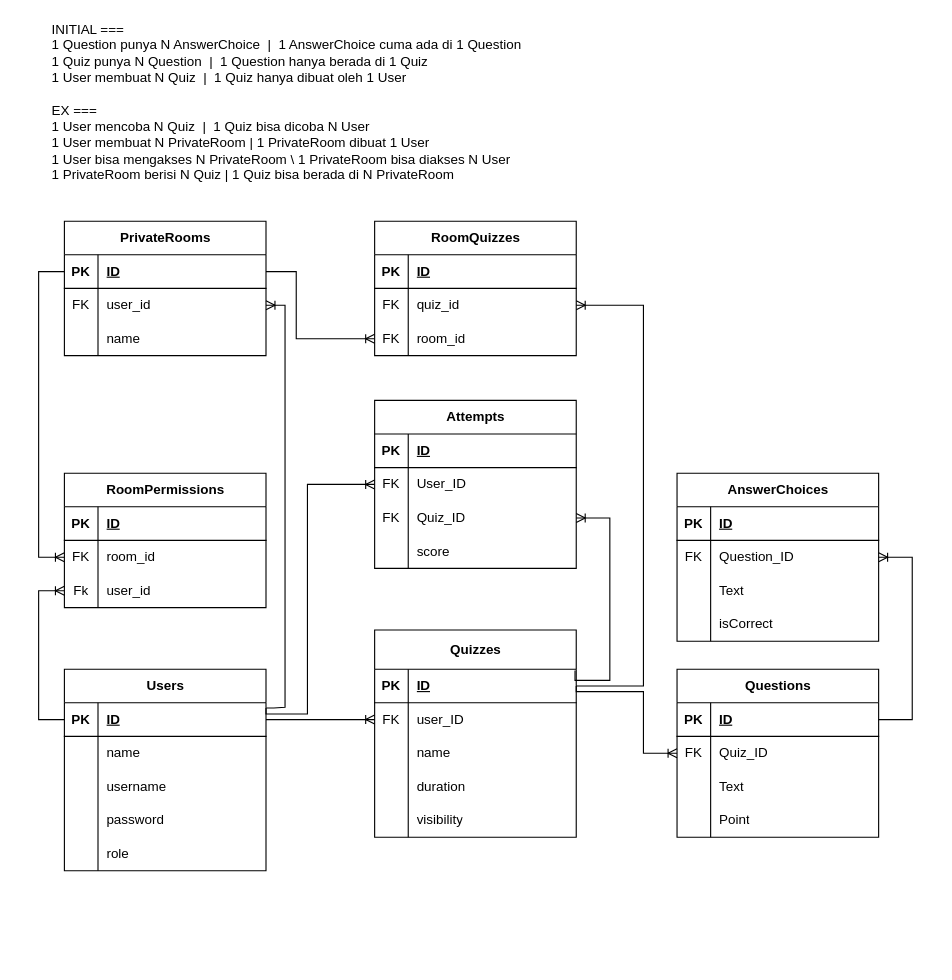
Earlier version of the draw.io diagram page "ERD" (1 of 2) of misc/quizSchema.drawio (Yuquiz/Yuquiz-BE). Source tidied: cells renumbered, new cells numbered last; positions are measured from the earlier drawing's top-left corner, leaving out a move shared by most shapes. Both pictures are drawn from the tidied source at 112%, with x=0, y=0 at pixel (38, 19).
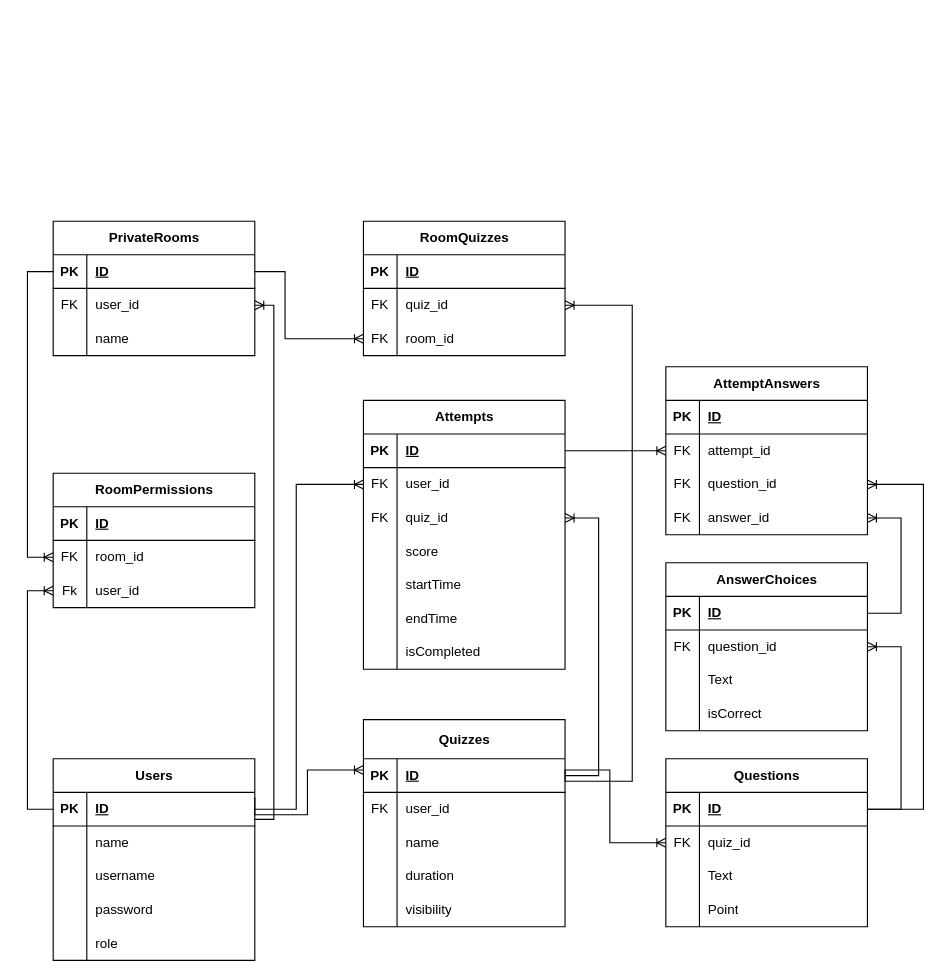
The same diagram, later.

Commit message (it also covers changes not shown here):
chore: update schema spec

- Add more properties for `Attempts`
- New table `AttemptAnswers`

Unchanged cells that the change refers to:
```xml
<mxCell id="3" style="shape=tableRow;horizontal=0;startSize=0;swimlaneHead=0;swimlaneBody=0;fillColor=none;points=[[0,0.5],[1,0.5]];portConstraint=eastwest;top=0;left=0;right=0;bottom=1;" parent="2" vertex="1">
  <mxGeometry y="30" width="180" height="30" as="geometry" />
</mxCell>
<mxCell id="6" style="shape=tableRow;horizontal=0;startSize=0;swimlaneHead=0;swimlaneBody=0;fillColor=none;points=[[0,0.5],[1,0.5]];portConstraint=eastwest;top=0;left=0;right=0;bottom=0;" parent="2" vertex="1">
  <mxGeometry y="60" width="180" height="30" as="geometry" />
</mxCell>
<mxCell id="16" style="shape=tableRow;horizontal=0;startSize=0;swimlaneHead=0;swimlaneBody=0;fillColor=none;points=[[0,0.5],[1,0.5]];portConstraint=eastwest;top=0;left=0;right=0;bottom=1;" parent="15" vertex="1">
  <mxGeometry y="30" width="180" height="30" as="geometry" />
</mxCell>
<mxCell id="19" style="shape=tableRow;horizontal=0;startSize=0;swimlaneHead=0;swimlaneBody=0;fillColor=none;points=[[0,0.5],[1,0.5]];portConstraint=eastwest;top=0;left=0;right=0;bottom=0;" parent="15" vertex="1">
  <mxGeometry y="60" width="180" height="30" as="geometry" />
</mxCell>
<mxCell id="30" style="shape=tableRow;horizontal=0;startSize=0;swimlaneHead=0;swimlaneBody=0;fillColor=none;points=[[0,0.5],[1,0.5]];portConstraint=eastwest;top=0;left=0;right=0;bottom=1;" parent="29" vertex="1">
  <mxGeometry y="35" width="180" height="30" as="geometry" />
</mxCell>
<mxCell id="33" style="shape=tableRow;horizontal=0;startSize=0;swimlaneHead=0;swimlaneBody=0;fillColor=none;points=[[0,0.5],[1,0.5]];portConstraint=eastwest;top=0;left=0;right=0;bottom=0;" parent="29" vertex="1">
  <mxGeometry y="65" width="180" height="30" as="geometry" />
</mxCell>
<mxCell id="46" style="shape=tableRow;horizontal=0;startSize=0;swimlaneHead=0;swimlaneBody=0;fillColor=none;points=[[0,0.5],[1,0.5]];portConstraint=eastwest;top=0;left=0;right=0;bottom=1;" parent="45" vertex="1">
  <mxGeometry y="30" width="180" height="30" as="geometry" />
</mxCell>
<mxCell id="66" style="shape=tableRow;horizontal=0;startSize=0;swimlaneHead=0;swimlaneBody=0;fillColor=none;points=[[0,0.5],[1,0.5]];portConstraint=eastwest;top=0;left=0;right=0;bottom=1;" parent="65" vertex="1">
  <mxGeometry y="30" width="180" height="30" as="geometry" />
</mxCell>
<mxCell id="69" style="shape=tableRow;horizontal=0;startSize=0;swimlaneHead=0;swimlaneBody=0;fillColor=none;points=[[0,0.5],[1,0.5]];portConstraint=eastwest;top=0;left=0;right=0;bottom=0;" parent="65" vertex="1">
  <mxGeometry y="60" width="180" height="30" as="geometry" />
</mxCell>
<mxCell id="72" style="shape=tableRow;horizontal=0;startSize=0;swimlaneHead=0;swimlaneBody=0;fillColor=none;points=[[0,0.5],[1,0.5]];portConstraint=eastwest;top=0;left=0;right=0;bottom=0;" parent="65" vertex="1">
  <mxGeometry y="90" width="180" height="30" as="geometry" />
</mxCell>
<mxCell id="84" style="shape=tableRow;horizontal=0;startSize=0;swimlaneHead=0;swimlaneBody=0;fillColor=none;points=[[0,0.5],[1,0.5]];portConstraint=eastwest;top=0;left=0;right=0;bottom=0;" parent="80" vertex="1">
  <mxGeometry y="60" width="180" height="30" as="geometry" />
</mxCell>
<mxCell id="87" style="shape=tableRow;horizontal=0;startSize=0;swimlaneHead=0;swimlaneBody=0;fillColor=none;points=[[0,0.5],[1,0.5]];portConstraint=eastwest;top=0;left=0;right=0;bottom=0;" parent="80" vertex="1">
  <mxGeometry y="90" width="180" height="30" as="geometry" />
</mxCell>
<mxCell id="94" style="shape=tableRow;horizontal=0;startSize=0;swimlaneHead=0;swimlaneBody=0;fillColor=none;points=[[0,0.5],[1,0.5]];portConstraint=eastwest;top=0;left=0;right=0;bottom=0;" parent="90" vertex="1">
  <mxGeometry y="60" width="180" height="30" as="geometry" />
</mxCell>
<mxCell id="97" style="shape=tableRow;horizontal=0;startSize=0;swimlaneHead=0;swimlaneBody=0;fillColor=none;points=[[0,0.5],[1,0.5]];portConstraint=eastwest;top=0;left=0;right=0;bottom=0;" parent="90" vertex="1">
  <mxGeometry y="90" width="180" height="30" as="geometry" />
</mxCell>
<mxCell id="102" style="shape=tableRow;horizontal=0;startSize=0;swimlaneHead=0;swimlaneBody=0;fillColor=none;points=[[0,0.5],[1,0.5]];portConstraint=eastwest;top=0;left=0;right=0;bottom=1;" parent="101" vertex="1">
  <mxGeometry y="30" width="180" height="30" as="geometry" />
</mxCell>
<mxCell id="105" style="shape=tableRow;horizontal=0;startSize=0;swimlaneHead=0;swimlaneBody=0;fillColor=none;points=[[0,0.5],[1,0.5]];portConstraint=eastwest;top=0;left=0;right=0;bottom=0;" parent="101" vertex="1">
  <mxGeometry y="60" width="180" height="30" as="geometry" />
</mxCell>
```

Change to the diagram source:
```diff
@@
     <mxCell id="2" value="Questions" style="shape=table;startSize=30;childLayout=tableLayout;rowLines=0;fontStyle=1;align=center;html=1;" parent="1" vertex="1">
-      <mxGeometry x="570" y="580" width="180" height="150" as="geometry" />
+      <mxGeometry x="560" y="660" width="180" height="150" as="geometry" />
     </mxCell>
@@
-    <mxCell id="8" value="Quiz_ID" style="shape=partialRectangle;fillColor=none;top=0;left=0;bottom=0;right=0;align=left;spacingLeft=6;overflow=hidden;whiteSpace=wrap;html=1;" parent="6" vertex="1">
+    <mxCell id="8" value="quiz_id" style="shape=partialRectangle;fillColor=none;top=0;left=0;bottom=0;right=0;align=left;spacingLeft=6;overflow=hidden;whiteSpace=wrap;html=1;" parent="6" vertex="1">
       <mxGeometry x="30" width="150" height="30" as="geometry" />
     </mxCell>
@@
     <mxCell id="15" value="AnswerChoices" style="shape=table;startSize=30;childLayout=tableLayout;rowLines=0;fontStyle=1;align=center;html=1;" parent="1" vertex="1">
-      <mxGeometry x="570" y="405" width="180" height="150" as="geometry" />
+      <mxGeometry x="560" y="485" width="180" height="150" as="geometry" />
     </mxCell>
@@
-    <mxCell id="21" value="Question_ID" style="shape=partialRectangle;fillColor=none;top=0;left=0;bottom=0;right=0;align=left;spacingLeft=6;overflow=hidden;whiteSpace=wrap;html=1;" parent="19" vertex="1">
+    <mxCell id="21" value="question_id" style="shape=partialRectangle;fillColor=none;top=0;left=0;bottom=0;right=0;align=left;spacingLeft=6;overflow=hidden;whiteSpace=wrap;html=1;" parent="19" vertex="1">
       <mxGeometry x="30" width="150" height="30" as="geometry" />
     </mxCell>
@@
-    <mxCell id="28" value="INITIAL ===&lt;br&gt;1 Question punya N AnswerChoice&amp;nbsp; |&amp;nbsp; 1 AnswerChoice cuma ada di 1 Question&lt;br&gt;1 Quiz punya N Question&amp;nbsp; |&amp;nbsp; 1 Question hanya berada di 1 Quiz&lt;br&gt;1 User membuat N Quiz&amp;nbsp; |&amp;nbsp; 1 Quiz hanya dibuat oleh 1 User" style="text;html=1;strokeColor=none;fillColor=none;align=left;verticalAlign=middle;whiteSpace=wrap;rounded=0;" parent="1" vertex="1">
-      <mxGeometry x="10" width="430" height="60" as="geometry" />
-    </mxCell>
     <mxCell id="29" value="Quizzes" style="shape=table;startSize=35;childLayout=tableLayout;rowLines=0;fontStyle=1;align=center;html=1;" parent="1" vertex="1">
-      <mxGeometry x="300" y="545" width="180" height="185" as="geometry" />
+      <mxGeometry x="290" y="625" width="180" height="185" as="geometry" />
     </mxCell>
@@
-    <mxCell id="35" value="user_ID" style="shape=partialRectangle;fillColor=none;top=0;left=0;bottom=0;right=0;align=left;spacingLeft=6;overflow=hidden;whiteSpace=wrap;html=1;" parent="33" vertex="1">
+    <mxCell id="35" value="user_id" style="shape=partialRectangle;fillColor=none;top=0;left=0;bottom=0;right=0;align=left;spacingLeft=6;overflow=hidden;whiteSpace=wrap;html=1;" parent="33" vertex="1">
       <mxGeometry x="30" width="150" height="30" as="geometry" />
     </mxCell>
@@
     <mxCell id="45" value="Users" style="shape=table;startSize=30;childLayout=tableLayout;rowLines=0;fontStyle=1;align=center;html=1;" parent="1" vertex="1">
-      <mxGeometry x="23" y="580" width="180" height="180" as="geometry" />
+      <mxGeometry x="13" y="660" width="180" height="180" as="geometry" />
     </mxCell>
@@
-    <mxCell id="61" style="edgeStyle=orthogonalEdgeStyle;fontSize=12;html=1;endArrow=ERoneToMany;rounded=0;entryX=0;entryY=0.5;entryDx=0;entryDy=0;exitX=1;exitY=0.5;exitDx=0;exitDy=0;" parent="1" edge="1" source="46" target="33">
+    <mxCell id="61" style="edgeStyle=orthogonalEdgeStyle;fontSize=12;html=1;endArrow=ERoneToMany;rounded=0;exitX=1;exitY=0.5;exitDx=0;exitDy=0;" parent="1" edge="1" source="46">
       <mxGeometry relative="1" as="geometry">
+        <mxPoint x="290" y="670" as="targetPoint" />
         <Array as="points">
-          <mxPoint x="300" y="625" />
+          <mxPoint x="193" y="710" />
+          <mxPoint x="240" y="710" />
+          <mxPoint x="240" y="670" />
         </Array>
       </mxGeometry>
     </mxCell>
     <mxCell id="62" style="edgeStyle=entityRelationEdgeStyle;fontSize=12;html=1;endArrow=ERoneToMany;rounded=0;entryX=1;entryY=0.5;entryDx=0;entryDy=0;exitX=1;exitY=0.5;exitDx=0;exitDy=0;" parent="1" edge="1" source="3" target="19">
       <mxGeometry relative="1" as="geometry">
         <Array as="points">
-          <mxPoint x="783" y="410" />
+          <mxPoint x="773" y="490" />
         </Array>
       </mxGeometry>
     </mxCell>
     <mxCell id="63" style="edgeStyle=orthogonalEdgeStyle;fontSize=12;html=1;endArrow=ERoneToMany;rounded=0;entryX=0;entryY=0.5;entryDx=0;entryDy=0;exitX=1;exitY=0.5;exitDx=0;exitDy=0;" parent="1" edge="1" source="30" target="6">
       <mxGeometry relative="1" as="geometry">
         <Array as="points">
-          <mxPoint x="480" y="600" />
-          <mxPoint x="540" y="600" />
-          <mxPoint x="540" y="655" />
+          <mxPoint x="470" y="670" />
+          <mxPoint x="510" y="670" />
+          <mxPoint x="510" y="735" />
         </Array>
       </mxGeometry>
     </mxCell>
-    <mxCell id="64" value="EX ===&lt;br&gt;1 User mencoba N Quiz&amp;nbsp; |&amp;nbsp; 1 Quiz bisa dicoba N User&lt;br&gt;1 User membuat N PrivateRoom | 1 PrivateRoom dibuat 1 User&lt;br&gt;1 User bisa mengakses N PrivateRoom \ 1 PrivateRoom bisa diakses N User&lt;br&gt;1 PrivateRoom berisi N Quiz | 1 Quiz bisa berada di N PrivateRoom" style="text;html=1;strokeColor=none;fillColor=none;align=left;verticalAlign=middle;whiteSpace=wrap;rounded=0;" parent="1" vertex="1">
-      <mxGeometry x="10" y="80" width="430" height="60" as="geometry" />
-    </mxCell>
     <mxCell id="65" value="Attempts" style="shape=table;startSize=30;childLayout=tableLayout;rowLines=0;fontStyle=1;align=center;html=1;" parent="1" vertex="1">
-      <mxGeometry x="300" y="340" width="180" height="150" as="geometry" />
+      <mxGeometry x="290" y="340" width="180" height="240" as="geometry" />
     </mxCell>
@@
-    <mxCell id="71" value="User_ID" style="shape=partialRectangle;fillColor=none;top=0;left=0;bottom=0;right=0;align=left;spacingLeft=6;overflow=hidden;whiteSpace=wrap;html=1;" parent="69" vertex="1">
+    <mxCell id="71" value="user_id" style="shape=partialRectangle;fillColor=none;top=0;left=0;bottom=0;right=0;align=left;spacingLeft=6;overflow=hidden;whiteSpace=wrap;html=1;" parent="69" vertex="1">
       <mxGeometry x="30" width="150" height="30" as="geometry" />
     </mxCell>
@@
-    <mxCell id="74" value="Quiz_ID" style="shape=partialRectangle;fillColor=none;top=0;left=0;bottom=0;right=0;align=left;spacingLeft=6;overflow=hidden;whiteSpace=wrap;html=1;" parent="72" vertex="1">
+    <mxCell id="74" value="quiz_id" style="shape=partialRectangle;fillColor=none;top=0;left=0;bottom=0;right=0;align=left;spacingLeft=6;overflow=hidden;whiteSpace=wrap;html=1;" parent="72" vertex="1">
       <mxGeometry x="30" width="150" height="30" as="geometry" />
     </mxCell>
@@
+    <mxCell id="115" style="shape=tableRow;horizontal=0;startSize=0;swimlaneHead=0;swimlaneBody=0;fillColor=none;top=0;left=0;right=0;bottom=0;" parent="65" vertex="1">
+      <mxGeometry y="150" width="180" height="30" as="geometry" />
+    </mxCell>
+    <mxCell id="116" style="shape=partialRectangle;fillColor=none;top=0;left=0;bottom=0;right=0;overflow=hidden;whiteSpace=wrap;html=1;" parent="115" vertex="1">
+      <mxGeometry width="30" height="30" as="geometry" />
+    </mxCell>
+    <mxCell id="117" value="startTime" style="shape=partialRectangle;fillColor=none;top=0;left=0;bottom=0;right=0;align=left;spacingLeft=6;overflow=hidden;whiteSpace=wrap;html=1;" parent="115" vertex="1">
+      <mxGeometry x="30" width="150" height="30" as="geometry" />
+    </mxCell>
+    <mxCell id="118" style="shape=tableRow;horizontal=0;startSize=0;swimlaneHead=0;swimlaneBody=0;fillColor=none;top=0;left=0;right=0;bottom=0;" parent="65" vertex="1">
+      <mxGeometry y="180" width="180" height="30" as="geometry" />
+    </mxCell>
+    <mxCell id="119" style="shape=partialRectangle;fillColor=none;top=0;left=0;bottom=0;right=0;overflow=hidden;whiteSpace=wrap;html=1;" parent="118" vertex="1">
+      <mxGeometry width="30" height="30" as="geometry" />
+    </mxCell>
+    <mxCell id="120" value="endTime" style="shape=partialRectangle;fillColor=none;top=0;left=0;bottom=0;right=0;align=left;spacingLeft=6;overflow=hidden;whiteSpace=wrap;html=1;" parent="118" vertex="1">
+      <mxGeometry x="30" width="150" height="30" as="geometry" />
+    </mxCell>
+    <mxCell id="121" style="shape=tableRow;horizontal=0;startSize=0;swimlaneHead=0;swimlaneBody=0;fillColor=none;top=0;left=0;right=0;bottom=0;" parent="65" vertex="1">
+      <mxGeometry y="210" width="180" height="30" as="geometry" />
+    </mxCell>
+    <mxCell id="122" style="shape=partialRectangle;fillColor=none;top=0;left=0;bottom=0;right=0;overflow=hidden;whiteSpace=wrap;html=1;" parent="121" vertex="1">
+      <mxGeometry width="30" height="30" as="geometry" />
+    </mxCell>
+    <mxCell id="123" value="isCompleted" style="shape=partialRectangle;fillColor=none;top=0;left=0;bottom=0;right=0;align=left;spacingLeft=6;overflow=hidden;whiteSpace=wrap;html=1;" parent="121" vertex="1">
+      <mxGeometry x="30" width="150" height="30" as="geometry" />
+    </mxCell>
     <mxCell id="78" style="edgeStyle=orthogonalEdgeStyle;fontSize=12;html=1;endArrow=ERoneToMany;rounded=0;entryX=0;entryY=0.5;entryDx=0;entryDy=0;exitX=1;exitY=0.152;exitDx=0;exitDy=0;exitPerimeter=0;" parent="1" edge="1" source="46" target="69">
       <mxGeometry relative="1" as="geometry">
         <Array as="points">
-          <mxPoint x="203" y="620" />
-          <mxPoint x="240" y="620" />
-          <mxPoint x="240" y="415" />
+          <mxPoint x="193" y="705" />
+          <mxPoint x="230" y="705" />
+          <mxPoint x="230" y="415" />
         </Array>
       </mxGeometry>
     </mxCell>
-    <mxCell id="79" style="edgeStyle=orthogonalEdgeStyle;fontSize=12;html=1;endArrow=ERoneToMany;rounded=0;entryX=1;entryY=0.5;entryDx=0;entryDy=0;exitX=0.994;exitY=0.041;exitDx=0;exitDy=0;exitPerimeter=0;" parent="1" edge="1" source="30" target="72">
+    <mxCell id="79" style="edgeStyle=orthogonalEdgeStyle;fontSize=12;html=1;endArrow=ERoneToMany;rounded=0;entryX=1;entryY=0.5;entryDx=0;entryDy=0;" parent="1" edge="1" source="30" target="72">
       <mxGeometry relative="1" as="geometry">
         <Array as="points">
-          <mxPoint x="479" y="590" />
-          <mxPoint x="510" y="590" />
-          <mxPoint x="510" y="445" />
+          <mxPoint x="500" y="675" />
+          <mxPoint x="500" y="445" />
         </Array>
       </mxGeometry>
     </mxCell>
     <mxCell id="80" value="RoomPermissions" style="shape=table;startSize=30;childLayout=tableLayout;rowLines=0;fontStyle=1;align=center;html=1;" parent="1" vertex="1">
-      <mxGeometry x="23" y="405" width="180" height="120" as="geometry" />
+      <mxGeometry x="13" y="405" width="180" height="120" as="geometry" />
     </mxCell>
@@
     <mxCell id="90" value="RoomQuizzes" style="shape=table;startSize=30;childLayout=tableLayout;rowLines=0;fontStyle=1;align=center;html=1;" parent="1" vertex="1">
-      <mxGeometry x="300" y="180" width="180" height="120" as="geometry" />
+      <mxGeometry x="290" y="180" width="180" height="120" as="geometry" />
     </mxCell>
@@
-    <mxCell id="100" style="edgeStyle=orthogonalEdgeStyle;fontSize=12;html=1;endArrow=ERoneToMany;rounded=0;exitX=1.001;exitY=0.188;exitDx=0;exitDy=0;exitPerimeter=0;entryX=1;entryY=0.5;entryDx=0;entryDy=0;" parent="1" edge="1" target="105">
+    <mxCell id="100" style="edgeStyle=orthogonalEdgeStyle;fontSize=12;html=1;endArrow=ERoneToMany;rounded=0;exitX=0.998;exitY=0.804;exitDx=0;exitDy=0;exitPerimeter=0;entryX=1;entryY=0.5;entryDx=0;entryDy=0;" parent="1" edge="1" source="46" target="105">
       <mxGeometry relative="1" as="geometry">
-        <mxPoint x="203.2" y="614.6" as="sourcePoint" />
         <Array as="points">
-          <mxPoint x="210" y="615" />
-          <mxPoint x="220" y="614" />
-          <mxPoint x="220" y="445" />
+          <mxPoint x="210" y="714" />
+          <mxPoint x="210" y="255" />
         </Array>
       </mxGeometry>
     </mxCell>
     <mxCell id="101" value="PrivateRooms" style="shape=table;startSize=30;childLayout=tableLayout;rowLines=0;fontStyle=1;align=center;html=1;" parent="1" vertex="1">
-      <mxGeometry x="23" y="180" width="180" height="120" as="geometry" />
+      <mxGeometry x="13" y="180" width="180" height="120" as="geometry" />
     </mxCell>
@@
     <mxCell id="111" style="edgeStyle=orthogonalEdgeStyle;fontSize=12;html=1;endArrow=ERoneToMany;rounded=0;exitX=0;exitY=0.5;exitDx=0;exitDy=0;entryX=0;entryY=0.5;entryDx=0;entryDy=0;" parent="1" edge="1" source="102" target="84">
       <mxGeometry relative="1" as="geometry">
         <Array as="points">
-          <mxPoint y="225" />
-          <mxPoint y="480" />
+          <mxPoint x="-10" y="225" />
+          <mxPoint x="-10" y="480" />
         </Array>
       </mxGeometry>
     </mxCell>
     <mxCell id="112" style="edgeStyle=orthogonalEdgeStyle;fontSize=12;html=1;endArrow=ERoneToMany;rounded=0;entryX=0;entryY=0.5;entryDx=0;entryDy=0;exitX=0;exitY=0.5;exitDx=0;exitDy=0;" parent="1" edge="1" source="46" target="87">
       <mxGeometry relative="1" as="geometry">
         <Array as="points">
-          <mxPoint y="625" />
-          <mxPoint y="510" />
+          <mxPoint x="-10" y="705" />
+          <mxPoint x="-10" y="510" />
         </Array>
       </mxGeometry>
     </mxCell>
     <mxCell id="113" style="edgeStyle=orthogonalEdgeStyle;fontSize=12;html=1;endArrow=ERoneToMany;rounded=0;entryX=1;entryY=0.5;entryDx=0;entryDy=0;exitX=1;exitY=0.5;exitDx=0;exitDy=0;" parent="1" edge="1" source="30" target="94">
       <mxGeometry relative="1" as="geometry">
         <Array as="points">
-          <mxPoint x="540" y="595" />
-          <mxPoint x="540" y="255" />
+          <mxPoint x="470" y="680" />
+          <mxPoint x="530" y="680" />
+          <mxPoint x="530" y="255" />
         </Array>
       </mxGeometry>
     </mxCell>
     <mxCell id="114" style="edgeStyle=orthogonalEdgeStyle;fontSize=12;html=1;endArrow=ERoneToMany;rounded=0;exitX=1;exitY=0.5;exitDx=0;exitDy=0;entryX=0;entryY=0.5;entryDx=0;entryDy=0;" parent="1" edge="1" source="102" target="97">
       <mxGeometry relative="1" as="geometry">
         <Array as="points">
-          <mxPoint x="230" y="225" />
-          <mxPoint x="230" y="285" />
+          <mxPoint x="220" y="225" />
+          <mxPoint x="220" y="285" />
         </Array>
       </mxGeometry>
     </mxCell>
+    <mxCell id="124" value="AttemptAnswers" style="shape=table;startSize=30;childLayout=tableLayout;rowLines=0;fontStyle=1;align=center;html=1;" parent="1" vertex="1">
+      <mxGeometry x="560" y="310" width="180" height="150" as="geometry" />
+    </mxCell>
+    <mxCell id="125" style="shape=tableRow;horizontal=0;startSize=0;swimlaneHead=0;swimlaneBody=0;fillColor=none;top=0;left=0;right=0;bottom=1;" parent="124" vertex="1">
+      <mxGeometry y="30" width="180" height="30" as="geometry" />
+    </mxCell>
+    <mxCell id="126" value="PK" style="shape=partialRectangle;fillColor=none;top=0;left=0;bottom=0;right=0;fontStyle=1;overflow=hidden;whiteSpace=wrap;html=1;" parent="125" vertex="1">
+      <mxGeometry width="30" height="30" as="geometry" />
+    </mxCell>
+    <mxCell id="127" value="ID" style="shape=partialRectangle;fillColor=none;top=0;left=0;bottom=0;right=0;align=left;spacingLeft=6;fontStyle=5;overflow=hidden;whiteSpace=wrap;html=1;" parent="125" vertex="1">
+      <mxGeometry x="30" width="150" height="30" as="geometry" />
+    </mxCell>
+    <mxCell id="128" style="shape=tableRow;horizontal=0;startSize=0;swimlaneHead=0;swimlaneBody=0;fillColor=none;points=[[0,0.5],[1,0.5]];portConstraint=eastwest;top=0;left=0;right=0;bottom=0;" parent="124" vertex="1">
+      <mxGeometry y="60" width="180" height="30" as="geometry" />
+    </mxCell>
+    <mxCell id="129" value="FK" style="shape=partialRectangle;fillColor=none;top=0;left=0;bottom=0;right=0;overflow=hidden;whiteSpace=wrap;html=1;" parent="128" vertex="1">
+      <mxGeometry width="30" height="30" as="geometry" />
+    </mxCell>
+    <mxCell id="130" value="attempt_id" style="shape=partialRectangle;fillColor=none;top=0;left=0;bottom=0;right=0;align=left;spacingLeft=6;overflow=hidden;whiteSpace=wrap;html=1;" parent="128" vertex="1">
+      <mxGeometry x="30" width="150" height="30" as="geometry" />
+    </mxCell>
+    <mxCell id="131" style="shape=tableRow;horizontal=0;startSize=0;swimlaneHead=0;swimlaneBody=0;fillColor=none;points=[[0,0.5],[1,0.5]];portConstraint=eastwest;top=0;left=0;right=0;bottom=0;" parent="124" vertex="1">
+      <mxGeometry y="90" width="180" height="30" as="geometry" />
+    </mxCell>
+    <mxCell id="132" value="FK" style="shape=partialRectangle;fillColor=none;top=0;left=0;bottom=0;right=0;overflow=hidden;whiteSpace=wrap;html=1;" parent="131" vertex="1">
+      <mxGeometry width="30" height="30" as="geometry" />
+    </mxCell>
+    <mxCell id="133" value="question_id" style="shape=partialRectangle;fillColor=none;top=0;left=0;bottom=0;right=0;align=left;spacingLeft=6;overflow=hidden;whiteSpace=wrap;html=1;" parent="131" vertex="1">
+      <mxGeometry x="30" width="150" height="30" as="geometry" />
+    </mxCell>
+    <mxCell id="134" style="shape=tableRow;horizontal=0;startSize=0;swimlaneHead=0;swimlaneBody=0;fillColor=none;points=[[0,0.5],[1,0.5]];portConstraint=eastwest;top=0;left=0;right=0;bottom=0;" parent="124" vertex="1">
+      <mxGeometry y="120" width="180" height="30" as="geometry" />
+    </mxCell>
+    <mxCell id="135" value="FK" style="shape=partialRectangle;fillColor=none;top=0;left=0;bottom=0;right=0;overflow=hidden;whiteSpace=wrap;html=1;" parent="134" vertex="1">
+      <mxGeometry width="30" height="30" as="geometry" />
+    </mxCell>
+    <mxCell id="136" value="answer_id" style="shape=partialRectangle;fillColor=none;top=0;left=0;bottom=0;right=0;align=left;spacingLeft=6;overflow=hidden;whiteSpace=wrap;html=1;" parent="134" vertex="1">
+      <mxGeometry x="30" width="150" height="30" as="geometry" />
+    </mxCell>
+    <mxCell id="137" style="edgeStyle=entityRelationEdgeStyle;fontSize=12;html=1;endArrow=ERoneToMany;rounded=0;entryX=1;entryY=0.5;entryDx=0;entryDy=0;exitX=1;exitY=0.5;exitDx=0;exitDy=0;" parent="1" edge="1" source="16" target="134">
+      <mxGeometry relative="1" as="geometry">
+        <Array as="points">
+          <mxPoint x="760" y="620" />
+          <mxPoint x="750" y="490" />
+          <mxPoint x="783" y="500" />
+        </Array>
+      </mxGeometry>
+    </mxCell>
+    <mxCell id="138" style="edgeStyle=entityRelationEdgeStyle;fontSize=12;html=1;endArrow=ERoneToMany;rounded=0;entryX=0;entryY=0.5;entryDx=0;entryDy=0;exitX=1;exitY=0.5;exitDx=0;exitDy=0;" parent="1" edge="1" source="66" target="128">
+      <mxGeometry relative="1" as="geometry">
+        <Array as="points">
+          <mxPoint x="770" y="630" />
+          <mxPoint x="793" y="510" />
+        </Array>
+      </mxGeometry>
+    </mxCell>
+    <mxCell id="139" style="edgeStyle=orthogonalEdgeStyle;fontSize=12;html=1;endArrow=ERoneToMany;rounded=0;entryX=1;entryY=0.5;entryDx=0;entryDy=0;exitX=1;exitY=0.5;exitDx=0;exitDy=0;targetPerimeterSpacing=0;strokeColor=default;" parent="1" edge="1" source="3" target="131">
+      <mxGeometry relative="1" as="geometry">
+        <Array as="points">
+          <mxPoint x="790" y="705" />
+          <mxPoint x="790" y="415" />
+        </Array>
+      </mxGeometry>
+    </mxCell>
```
